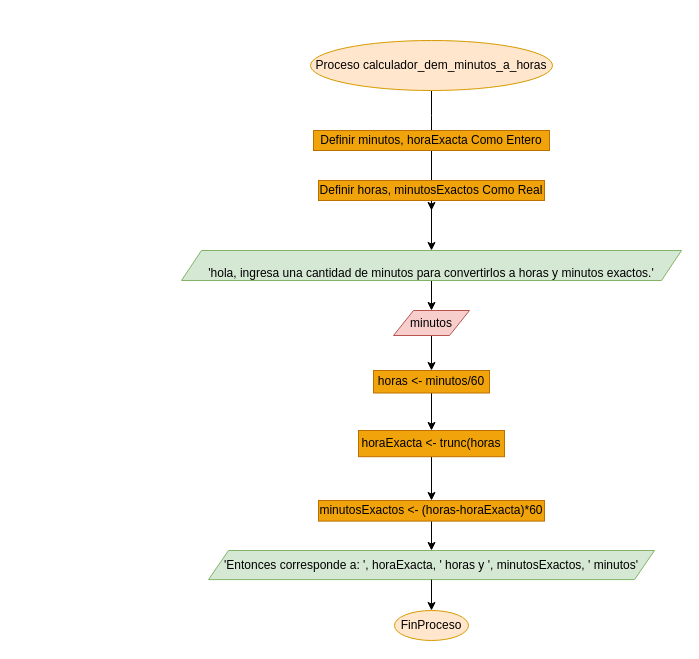
This is calculador_de_minutos_a_horas_diagrama.drawio from FernandoEkisde/PSeIntDrawIo, a draw.io file, before an edit. Source tidied: cells renumbered, new cells numbered last; positions are measured from the earlier drawing's top-left corner, leaving out a move shared by most shapes. Both pictures are drawn from the tidied source at 100%, with x=0, y=0 at pixel (181, 40).
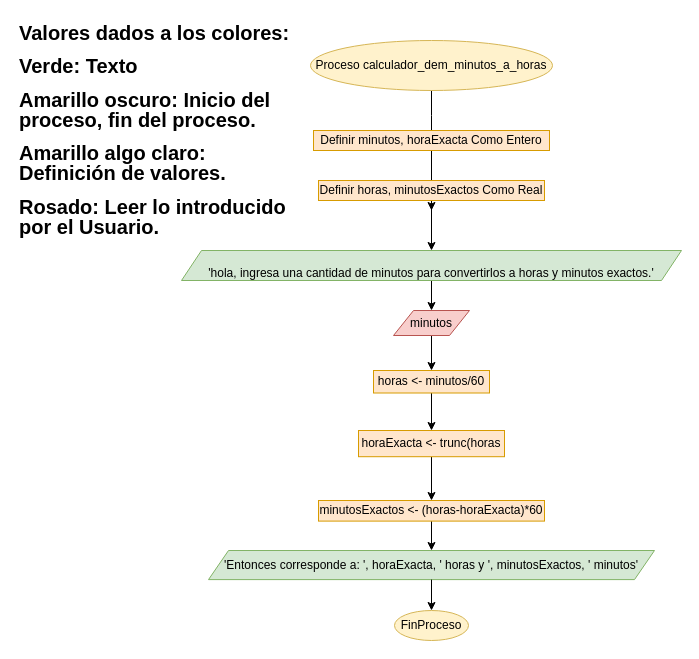
The same page after the edit.

Diff of the diagram source:
```diff
@@
-    <mxCell id="3" value="Proceso calculador_dem_minutos_a_horas" style="ellipse;whiteSpace=wrap;html=1;fillColor=#ffe6cc;strokeColor=#d79b00;" parent="1" vertex="1">
+    <mxCell id="3" value="Proceso calculador_dem_minutos_a_horas" style="ellipse;whiteSpace=wrap;html=1;fillColor=#fff2cc;strokeColor=#d6b656;" parent="1" vertex="1">
       <mxGeometry x="129" width="242" height="50" as="geometry" />
     </mxCell>
@@
-    <mxCell id="5" value="Definir minutos, horaExacta Como Entero" style="rounded=0;whiteSpace=wrap;html=1;fillColor=#f0a30a;fontColor=#000000;strokeColor=#BD7000;" parent="1" vertex="1">
+    <mxCell id="5" value="Definir minutos, horaExacta Como Entero" style="rounded=0;whiteSpace=wrap;html=1;fillColor=#ffe6cc;strokeColor=#d79b00;" parent="1" vertex="1">
       <mxGeometry x="132" y="90" width="236" height="20" as="geometry" />
     </mxCell>
@@
-    <mxCell id="7" value="Definir horas, minutosExactos Como Real" style="rounded=0;whiteSpace=wrap;html=1;fillColor=#f0a30a;fontColor=#000000;strokeColor=#BD7000;" parent="1" vertex="1">
+    <mxCell id="7" value="Definir horas, minutosExactos Como Real" style="rounded=0;whiteSpace=wrap;html=1;fillColor=#ffe6cc;strokeColor=#d79b00;" parent="1" vertex="1">
       <mxGeometry x="137" y="140" width="226" height="20" as="geometry" />
     </mxCell>
@@
-    <mxCell id="13" value="horas &lt;- minutos/60" style="whiteSpace=wrap;html=1;rounded=0;fillColor=#f0a30a;fontColor=#000000;strokeColor=#BD7000;" parent="1" vertex="1">
+    <mxCell id="13" value="horas &lt;- minutos/60" style="whiteSpace=wrap;html=1;rounded=0;fillColor=#ffe6cc;strokeColor=#d79b00;" parent="1" vertex="1">
       <mxGeometry x="192" y="330" width="116" height="22.5" as="geometry" />
     </mxCell>
@@
-    <mxCell id="15" value="horaExacta &lt;- trunc(horas" style="whiteSpace=wrap;html=1;rounded=0;fillColor=#f0a30a;fontColor=#000000;strokeColor=#BD7000;" parent="1" vertex="1">
+    <mxCell id="15" value="horaExacta &lt;- trunc(horas" style="whiteSpace=wrap;html=1;rounded=0;fillColor=#ffe6cc;strokeColor=#d79b00;" parent="1" vertex="1">
       <mxGeometry x="177" y="390" width="146" height="26.2" as="geometry" />
     </mxCell>
@@
-    <mxCell id="17" value="minutosExactos &lt;- (horas-horaExacta)*60" style="whiteSpace=wrap;html=1;rounded=0;fillColor=#f0a30a;strokeColor=#BD7000;fontColor=#000000;" parent="1" vertex="1">
+    <mxCell id="17" value="minutosExactos &lt;- (horas-horaExacta)*60" style="whiteSpace=wrap;html=1;rounded=0;fillColor=#ffe6cc;strokeColor=#d79b00;" parent="1" vertex="1">
       <mxGeometry x="137" y="460" width="226" height="20.6" as="geometry" />
     </mxCell>
@@
-    <mxCell id="19" value="FinProceso" style="ellipse;whiteSpace=wrap;html=1;fillColor=#ffe6cc;strokeColor=#d79b00;" parent="1" vertex="1">
+    <mxCell id="19" value="FinProceso" style="ellipse;whiteSpace=wrap;html=1;fillColor=#fff2cc;strokeColor=#d6b656;" parent="1" vertex="1">
       <mxGeometry x="213" y="570" width="74" height="30" as="geometry" />
     </mxCell>
@@
+    <mxCell id="21" value="&lt;h1 style=&quot;margin-top: 0px; line-height: 100%; font-size: 20px;&quot;&gt;&lt;font style=&quot;font-size: 20px;&quot;&gt;Valores dados a los colores:&lt;/font&gt;&lt;/h1&gt;&lt;h1 style=&quot;margin-top: 0px; line-height: 100%; font-size: 20px;&quot;&gt;&lt;font style=&quot;font-size: 20px;&quot;&gt;Verde: Texto&lt;/font&gt;&lt;/h1&gt;&lt;h1 style=&quot;margin-top: 0px; line-height: 100%; font-size: 20px;&quot;&gt;&lt;font style=&quot;font-size: 20px;&quot;&gt;Amarillo oscuro: Inicio del proceso, fin del proceso.&lt;/font&gt;&lt;/h1&gt;&lt;h1 style=&quot;margin-top: 0px; line-height: 100%; font-size: 20px;&quot;&gt;&lt;font style=&quot;font-size: 20px;&quot;&gt;Amarillo algo claro: Definición de valores.&lt;/font&gt;&lt;/h1&gt;&lt;h1 style=&quot;margin-top: 0px; line-height: 100%; font-size: 20px;&quot;&gt;&lt;font style=&quot;font-size: 20px;&quot;&gt;Rosado: Leer lo introducido por el Usuario.&lt;/font&gt;&lt;/h1&gt;" style="text;html=1;whiteSpace=wrap;overflow=hidden;rounded=0;" parent="1" vertex="1">
+      <mxGeometry x="-164" y="-23.8" width="280" height="223.8" as="geometry" />
+    </mxCell>
```
